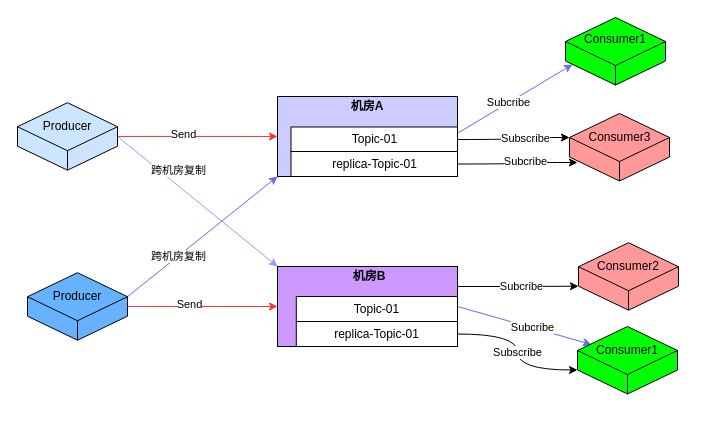
Before: Copy of 跨机房复制.drawio in yongliangcode/diagram, a draw.io diagram. Source tidied: cells renumbered, new cells numbered last; positions are measured from the earlier drawing's top-left corner, leaving out a move shared by most shapes. Both pictures are drawn from the tidied source at 100%, with x=0, y=0 at pixel (17, 17).
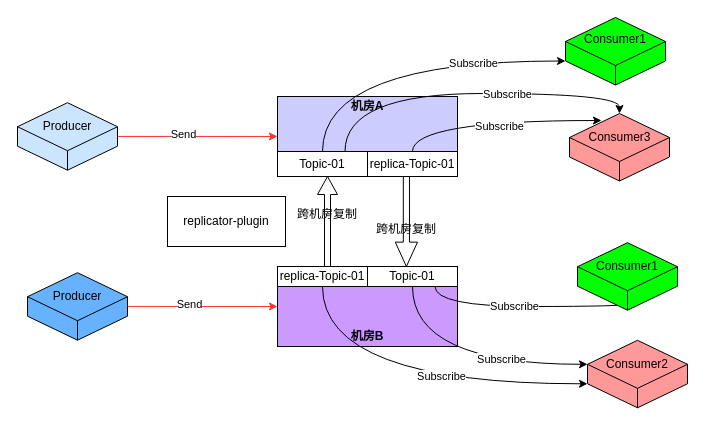
The same page after the edit.

Commit message:
Update Copy of 跨机房复制.drawio

The change refers to these unchanged cells:
```xml
<mxCell id="6" style="rounded=0;whiteSpace=wrap;html=1;fillColor=#CCCCFF;" parent="1" vertex="1">
  <mxGeometry x="260" y="79" width="180" height="80" as="geometry" />
</mxCell>
<mxCell id="11" style="rounded=0;whiteSpace=wrap;html=1;fillColor=#CC99FF;" parent="1" vertex="1">
  <mxGeometry x="260" y="249" width="180" height="80" as="geometry" />
</mxCell>
<mxCell id="22" style="whiteSpace=wrap;html=1;shape=mxgraph.basic.isocube;isoAngle=15;fillColor=#CCE5FF;" parent="1" vertex="1">
  <mxGeometry y="85.2" width="100" height="67.5" as="geometry" />
</mxCell>
<mxCell id="26" style="whiteSpace=wrap;html=1;shape=mxgraph.basic.isocube;isoAngle=15;fillColor=#66B2FF;" parent="1" vertex="1">
  <mxGeometry x="10" y="255.2" width="100" height="67.5" as="geometry" />
</mxCell>
<mxCell id="30" style="whiteSpace=wrap;html=1;shape=mxgraph.basic.isocube;isoAngle=15;fillColor=#00FF00;" parent="1" vertex="1">
  <mxGeometry x="548" width="100" height="67.5" as="geometry" />
</mxCell>
<mxCell id="36" style="whiteSpace=wrap;html=1;shape=mxgraph.basic.isocube;isoAngle=15;fillColor=#FF9999;" parent="1" vertex="1">
  <mxGeometry x="552" y="96" width="100" height="67.5" as="geometry" />
</mxCell>
```

What changed in the source:
```diff
@@
-    <mxCell id="2" style="edgeStyle=none;rounded=0;jettySize=auto;html=1;exitX=1;exitY=0.25;exitDx=0;exitDy=0;entryX=0.07;entryY=0.696;entryDx=0;entryDy=0;entryPerimeter=0;strokeColor=#6666FF;" parent="1" edge="1" source="16" target="30">
-      <mxGeometry relative="1" as="geometry" />
-    </mxCell>
-    <mxCell id="3" value="Subcribe" style="edgeLabel;html=1;align=center;verticalAlign=middle;" parent="2" vertex="1">
-      <mxGeometry x="-0.11" y="1" relative="1" as="geometry" />
-    </mxCell>
-    <mxCell id="4" style="edgeStyle=orthogonalEdgeStyle;rounded=0;jettySize=auto;html=1;exitX=1;exitY=0.5;exitDx=0;exitDy=0;curved=1;entryX=0.08;entryY=0.726;entryDx=0;entryDy=0;entryPerimeter=0;" parent="1" edge="1" source="38" target="36">
-      <mxGeometry relative="1" as="geometry" />
-    </mxCell>
-    <mxCell id="5" value="Subcribe" style="edgeLabel;html=1;align=center;verticalAlign=middle;" parent="4" vertex="1">
-      <mxGeometry x="-0.13" y="-4" relative="1" as="geometry">
-        <mxPoint x="14" y="-6.8" as="offset" />
-      </mxGeometry>
-    </mxCell>
@@
-    <mxCell id="7" style="edgeStyle=none;rounded=0;jettySize=auto;html=1;exitX=1;exitY=0.5;exitDx=0;exitDy=0;strokeColor=#6666FF;entryX=0.14;entryY=0.267;entryDx=0;entryDy=0;entryPerimeter=0;" parent="1" edge="1" source="11" target="31">
-      <mxGeometry relative="1" as="geometry" />
-    </mxCell>
-    <mxCell id="8" value="Subcribe" style="edgeLabel;html=1;align=center;verticalAlign=middle;" parent="7" vertex="1">
-      <mxGeometry x="0.12" y="-2" relative="1" as="geometry">
-        <mxPoint y="-3.2" as="offset" />
-      </mxGeometry>
-    </mxCell>
-    <mxCell id="9" style="edgeStyle=orthogonalEdgeStyle;rounded=0;jettySize=auto;html=1;exitX=1;exitY=0.25;exitDx=0;exitDy=0;entryX=0;entryY=0;entryDx=0;entryDy=43.4921240919884;entryPerimeter=0;" parent="1" edge="1" source="11" target="34">
-      <mxGeometry relative="1" as="geometry" />
-    </mxCell>
-    <mxCell id="10" value="Subcribe" style="edgeLabel;html=1;align=center;verticalAlign=middle;" parent="9" vertex="1">
-      <mxGeometry x="0.06" relative="1" as="geometry" />
-    </mxCell>
@@
     <mxCell id="13" value="&lt;b&gt;机房B&lt;/b&gt;" style="text;html=1;strokeColor=none;fillColor=none;align=center;verticalAlign=middle;whiteSpace=wrap;rounded=0;" parent="1" vertex="1">
-      <mxGeometry x="322" y="249" width="60" height="20" as="geometry" />
+      <mxGeometry x="329.8" y="309" width="40" height="20" as="geometry" />
     </mxCell>
+    <mxCell id="2" style="edgeStyle=orthogonalEdgeStyle;rounded=0;jettySize=auto;html=1;exitX=0.5;exitY=0;exitDx=0;exitDy=0;curved=1;entryX=0;entryY=0;entryDx=0;entryDy=43.4921240919884;entryPerimeter=0;" parent="1" edge="1" source="16" target="30">
+      <mxGeometry relative="1" as="geometry" />
+    </mxCell>
+    <mxCell id="41" value="Subscribe" style="edgeLabel;html=1;align=center;verticalAlign=middle;" parent="2" vertex="1">
+      <mxGeometry x="0.45" y="-2" relative="1" as="geometry">
+        <mxPoint x="-1" as="offset" />
+      </mxGeometry>
+    </mxCell>
-    <mxCell id="14" style="edgeStyle=orthogonalEdgeStyle;rounded=0;jettySize=auto;html=1;exitX=1;exitY=0.5;exitDx=0;exitDy=0;entryX=0;entryY=0;entryDx=0;entryDy=24.0078759080116;entryPerimeter=0;curved=1;" parent="1" edge="1" source="16" target="36">
+    <mxCell id="14" style="edgeStyle=orthogonalEdgeStyle;curved=1;rounded=0;jettySize=auto;html=1;exitX=0.75;exitY=0;exitDx=0;exitDy=0;entryX=0.5;entryY=0;entryDx=0;entryDy=0;entryPerimeter=0;" parent="1" edge="1" source="16" target="36">
       <mxGeometry relative="1" as="geometry" />
     </mxCell>
-    <mxCell id="15" value="Subscribe" style="edgeLabel;html=1;align=center;verticalAlign=middle;" parent="14" vertex="1">
-      <mxGeometry x="0.23" relative="1" as="geometry" />
-    </mxCell>
+    <mxCell id="42" value="Subscribe" style="edgeLabel;html=1;align=center;verticalAlign=middle;" parent="14" vertex="1">
+      <mxGeometry x="0.24" relative="1" as="geometry">
+        <mxPoint x="1" as="offset" />
+      </mxGeometry>
+    </mxCell>
     <mxCell id="16" value="Topic-01" style="html=1;whiteSpace=wrap;" parent="1" vertex="1">
-      <mxGeometry x="273.5" y="109.5" width="166.5" height="25" as="geometry" />
+      <mxGeometry x="260" y="134" width="90" height="25" as="geometry" />
     </mxCell>
+    <mxCell id="43" style="edgeStyle=orthogonalEdgeStyle;curved=1;rounded=0;jettySize=auto;html=1;exitX=0.5;exitY=1;exitDx=0;exitDy=0;entryX=0;entryY=0;entryDx=0;entryDy=24.0078759080116;entryPerimeter=0;" parent="1" edge="1" source="17" target="34">
+      <mxGeometry relative="1" as="geometry" />
+    </mxCell>
+    <mxCell id="44" value="Subscribe" style="edgeLabel;html=1;align=center;verticalAlign=middle;" parent="43" vertex="1">
+      <mxGeometry x="0.31" y="5" relative="1" as="geometry" />
+    </mxCell>
+    <mxCell id="45" style="edgeStyle=orthogonalEdgeStyle;curved=1;rounded=0;jettySize=auto;html=1;exitX=0.75;exitY=1;exitDx=0;exitDy=0;entryX=0.5;entryY=1;entryDx=0;entryDy=0;entryPerimeter=0;" parent="1" edge="1" source="17" target="31">
+      <mxGeometry relative="1" as="geometry" />
+    </mxCell>
+    <mxCell id="46" value="Subscribe" style="edgeLabel;html=1;align=center;verticalAlign=middle;" parent="45" vertex="1">
+      <mxGeometry x="-0.08" y="1" relative="1" as="geometry" />
+    </mxCell>
     <mxCell id="17" value="Topic-01" style="html=1;whiteSpace=wrap;" parent="1" vertex="1">
-      <mxGeometry x="278.8" y="279" width="161.2" height="25" as="geometry" />
+      <mxGeometry x="350" y="249" width="90" height="20" as="geometry" />
     </mxCell>
@@
-    <mxCell id="20" style="edgeStyle=none;rounded=0;jettySize=auto;html=1;exitX=1;exitY=0.5;exitDx=0;exitDy=0;exitPerimeter=0;entryX=0;entryY=0;entryDx=0;entryDy=0;strokeColor=#9999FF;" parent="1" edge="1" source="22" target="11">
-      <mxGeometry relative="1" as="geometry" />
-    </mxCell>
-    <mxCell id="21" value="跨机房复制" style="edgeLabel;html=1;align=center;verticalAlign=middle;" parent="20" vertex="1">
-      <mxGeometry x="-0.2" y="3" relative="1" as="geometry">
-        <mxPoint x="-5.5" y="-15.6" as="offset" />
-      </mxGeometry>
-    </mxCell>
@@
-    <mxCell id="24" style="edgeStyle=none;rounded=0;jettySize=auto;html=1;exitX=0;exitY=0;exitDx=100;exitDy=24.0078759080116;exitPerimeter=0;entryX=0;entryY=1;entryDx=0;entryDy=0;strokeColor=#6666FF;" parent="1" edge="1" source="26" target="6">
-      <mxGeometry relative="1" as="geometry" />
-    </mxCell>
-    <mxCell id="25" value="跨机房复制" style="edgeLabel;html=1;align=center;verticalAlign=middle;" parent="24" vertex="1">
-      <mxGeometry x="-0.15" y="-1" relative="1" as="geometry">
-        <mxPoint x="-14.6" y="10.2" as="offset" />
-      </mxGeometry>
-    </mxCell>
@@
     <mxCell id="31" style="whiteSpace=wrap;html=1;shape=mxgraph.basic.isocube;isoAngle=15;fillColor=#00FF00;" parent="1" vertex="1">
-      <mxGeometry x="560" y="309" width="100" height="67.5" as="geometry" />
+      <mxGeometry x="560" y="225.2" width="100" height="67.5" as="geometry" />
     </mxCell>
@@
     <mxCell id="33" value="Consumer1" style="text;html=1;strokeColor=none;fillColor=none;align=center;verticalAlign=middle;whiteSpace=wrap;rounded=0;" parent="1" vertex="1">
-      <mxGeometry x="590" y="322.8" width="40" height="20" as="geometry" />
+      <mxGeometry x="590" y="239" width="40" height="20" as="geometry" />
     </mxCell>
     <mxCell id="34" style="whiteSpace=wrap;html=1;shape=mxgraph.basic.isocube;isoAngle=15;fillColor=#FF9999;" parent="1" vertex="1">
-      <mxGeometry x="561" y="225.2" width="100" height="67.5" as="geometry" />
+      <mxGeometry x="570" y="322.8" width="100" height="67.5" as="geometry" />
     </mxCell>
     <mxCell id="35" value="Consumer2" style="text;html=1;strokeColor=none;fillColor=#FF9999;align=center;verticalAlign=middle;whiteSpace=wrap;rounded=0;" parent="1" vertex="1">
-      <mxGeometry x="591" y="239" width="40" height="20" as="geometry" />
+      <mxGeometry x="600" y="336.5" width="40" height="20" as="geometry" />
     </mxCell>
@@
+    <mxCell id="4" style="edgeStyle=orthogonalEdgeStyle;curved=1;rounded=0;jettySize=auto;html=1;exitX=0.5;exitY=0;exitDx=0;exitDy=0;entryX=0.32;entryY=0.104;entryDx=0;entryDy=0;entryPerimeter=0;" parent="1" edge="1" source="38" target="36">
+      <mxGeometry relative="1" as="geometry" />
+    </mxCell>
+    <mxCell id="47" value="Subscribe" style="edgeLabel;html=1;align=center;verticalAlign=middle;" parent="4" vertex="1">
+      <mxGeometry x="0.07" y="-5" relative="1" as="geometry" />
+    </mxCell>
     <mxCell id="38" value="replica-Topic-01" style="html=1;whiteSpace=wrap;" parent="1" vertex="1">
-      <mxGeometry x="273.5" y="134" width="166.5" height="25" as="geometry" />
+      <mxGeometry x="350" y="134" width="90" height="25" as="geometry" />
     </mxCell>
-    <mxCell id="39" value="Subscribe" style="edgeStyle=orthogonalEdgeStyle;curved=1;rounded=0;jettySize=auto;html=1;exitX=1;exitY=0.5;exitDx=0;exitDy=0;entryX=0;entryY=0;entryDx=0;entryDy=43.4921240919884;entryPerimeter=0;" parent="1" edge="1" source="40" target="31">
-      <mxGeometry relative="1" as="geometry" />
-    </mxCell>
+    <mxCell id="48" style="edgeStyle=orthogonalEdgeStyle;curved=1;rounded=0;jettySize=auto;html=1;exitX=0.5;exitY=1;exitDx=0;exitDy=0;entryX=0;entryY=0;entryDx=0;entryDy=43.4921240919884;entryPerimeter=0;" parent="1" edge="1" source="40" target="34">
+      <mxGeometry relative="1" as="geometry" />
+    </mxCell>
+    <mxCell id="49" value="Subscribe" style="edgeLabel;html=1;align=center;verticalAlign=middle;" parent="48" vertex="1">
+      <mxGeometry x="0.19" y="8" relative="1" as="geometry" />
+    </mxCell>
     <mxCell id="40" value="replica-Topic-01" style="html=1;whiteSpace=wrap;" parent="1" vertex="1">
-      <mxGeometry x="278.8" y="304" width="161.2" height="25" as="geometry" />
+      <mxGeometry x="260" y="249" width="90" height="20" as="geometry" />
     </mxCell>
+    <mxCell id="50" style="shape=singleArrow;direction=north;whiteSpace=wrap;html=1;" parent="1" vertex="1">
+      <mxGeometry x="300" y="159" width="20" height="90" as="geometry" />
+    </mxCell>
+    <mxCell id="51" style="shape=singleArrow;direction=south;whiteSpace=wrap;html=1;arrowWidth=0.2777777777777778;arrowSize=0.27058823529411763;" parent="1" vertex="1">
+      <mxGeometry x="377.8" y="159" width="22.2" height="90" as="geometry" />
+    </mxCell>
+    <mxCell id="52" value="replicator-plugin" style="whiteSpace=wrap;html=1;align=center;newEdgeStyle={&quot;edgeStyle&quot;:&quot;elbowEdgeStyle&quot;,&quot;startArrow&quot;:&quot;none&quot;,&quot;endArrow&quot;:&quot;none&quot;};" parent="1" vertex="1" collapsed="1">
+      <mxGeometry x="150" y="179" width="118" height="50" as="geometry" />
+    </mxCell>
+    <mxCell id="53" value="跨机房复制" style="text;html=1;strokeColor=none;fillColor=none;align=center;verticalAlign=middle;whiteSpace=wrap;rounded=0;" parent="1" vertex="1">
+      <mxGeometry x="275" y="189" width="70" height="15" as="geometry" />
+    </mxCell>
+    <mxCell id="54" value="跨机房复制" style="text;html=1;strokeColor=none;fillColor=none;align=center;verticalAlign=middle;whiteSpace=wrap;rounded=0;" parent="1" vertex="1">
+      <mxGeometry x="353.9" y="204" width="70" height="15" as="geometry" />
+    </mxCell>
```
